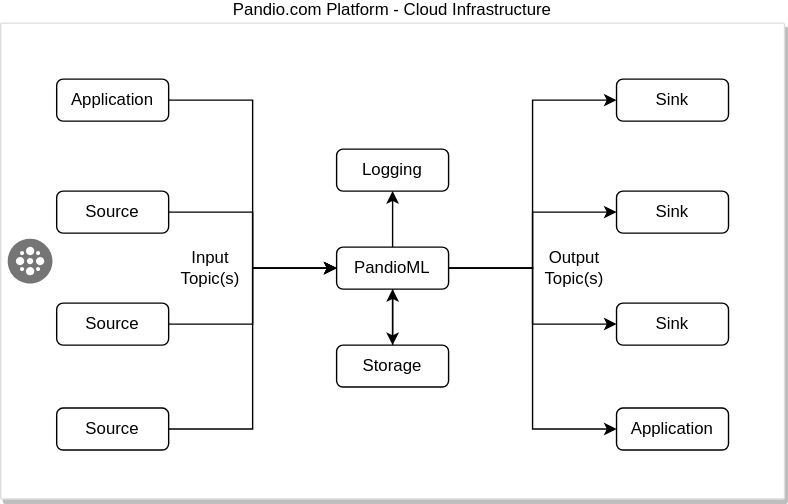
pandio-com/pandio-com.github.io keeps this draw.io diagram as static/files/assets/PandioML+PandioCLI.svg. Above is the earlier version. Source tidied: cells renumbered, new cells last; positions are measured from the earlier drawing's top-left corner, leaving out a move shared by most shapes.
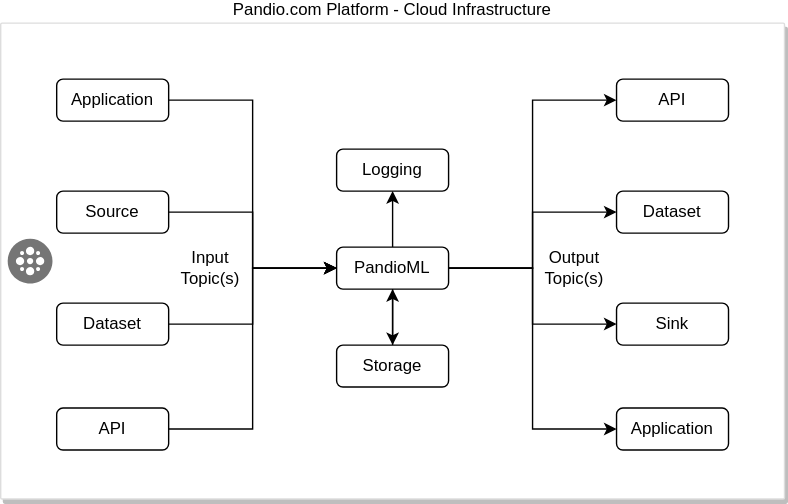
After the commit.

Change to the diagram source:
```diff
@@ -25,13 +25,13 @@
     <mxCell id="8" style="edgeStyle=orthogonalEdgeStyle;rounded=0;jettySize=auto;html=1;entryX=0;entryY=0.5;entryDx=0;entryDy=0;" parent="1" edge="1" source="9" target="18">
       <mxGeometry relative="1" as="geometry" />
     </mxCell>
-    <mxCell id="9" value="Source" style="rounded=1;whiteSpace=wrap;html=1;" parent="1" vertex="1">
+    <mxCell id="9" value="Dataset" style="rounded=1;whiteSpace=wrap;html=1;" parent="1" vertex="1">
       <mxGeometry x="40" y="200" width="80" height="30" as="geometry" />
     </mxCell>
     <mxCell id="10" style="edgeStyle=orthogonalEdgeStyle;rounded=0;jettySize=auto;html=1;entryX=0;entryY=0.5;entryDx=0;entryDy=0;" parent="1" edge="1" source="11" target="18">
       <mxGeometry relative="1" as="geometry" />
     </mxCell>
-    <mxCell id="11" value="Source" style="rounded=1;whiteSpace=wrap;html=1;" parent="1" vertex="1">
+    <mxCell id="11" value="API" style="rounded=1;whiteSpace=wrap;html=1;" parent="1" vertex="1">
       <mxGeometry x="40" y="275" width="80" height="30" as="geometry" />
     </mxCell>
     <mxCell id="12" style="edgeStyle=orthogonalEdgeStyle;rounded=0;jettySize=auto;html=1;entryX=0;entryY=0.5;entryDx=0;entryDy=0;" parent="1" edge="1" source="18" target="20">
@@ -55,10 +55,10 @@
     <mxCell id="18" value="PandioML" style="rounded=1;whiteSpace=wrap;html=1;" parent="1" vertex="1">
       <mxGeometry x="240" y="160" width="80" height="30" as="geometry" />
     </mxCell>
-    <mxCell id="19" value="Sink" style="rounded=1;whiteSpace=wrap;html=1;" parent="1" vertex="1">
+    <mxCell id="19" value="Dataset" style="rounded=1;whiteSpace=wrap;html=1;" parent="1" vertex="1">
       <mxGeometry x="440" y="120" width="80" height="30" as="geometry" />
     </mxCell>
-    <mxCell id="20" value="Sink" style="rounded=1;whiteSpace=wrap;html=1;" parent="1" vertex="1">
+    <mxCell id="20" value="API" style="rounded=1;whiteSpace=wrap;html=1;" parent="1" vertex="1">
       <mxGeometry x="440" y="40" width="80" height="30" as="geometry" />
     </mxCell>
     <mxCell id="21" value="Sink" style="rounded=1;whiteSpace=wrap;html=1;" parent="1" vertex="1">
```
